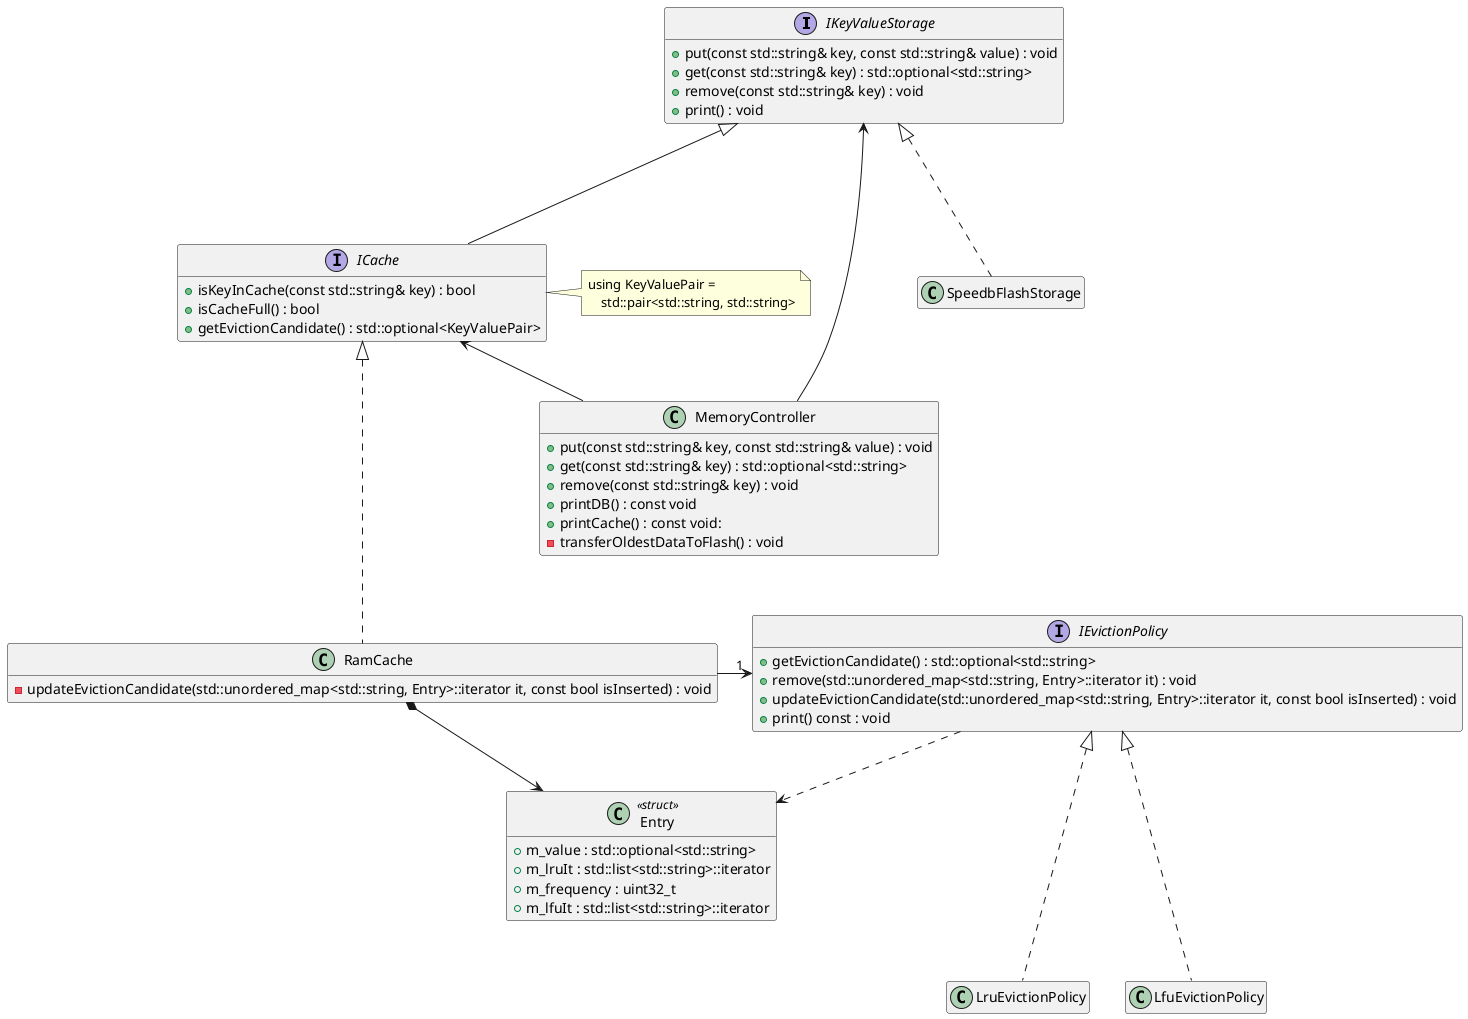
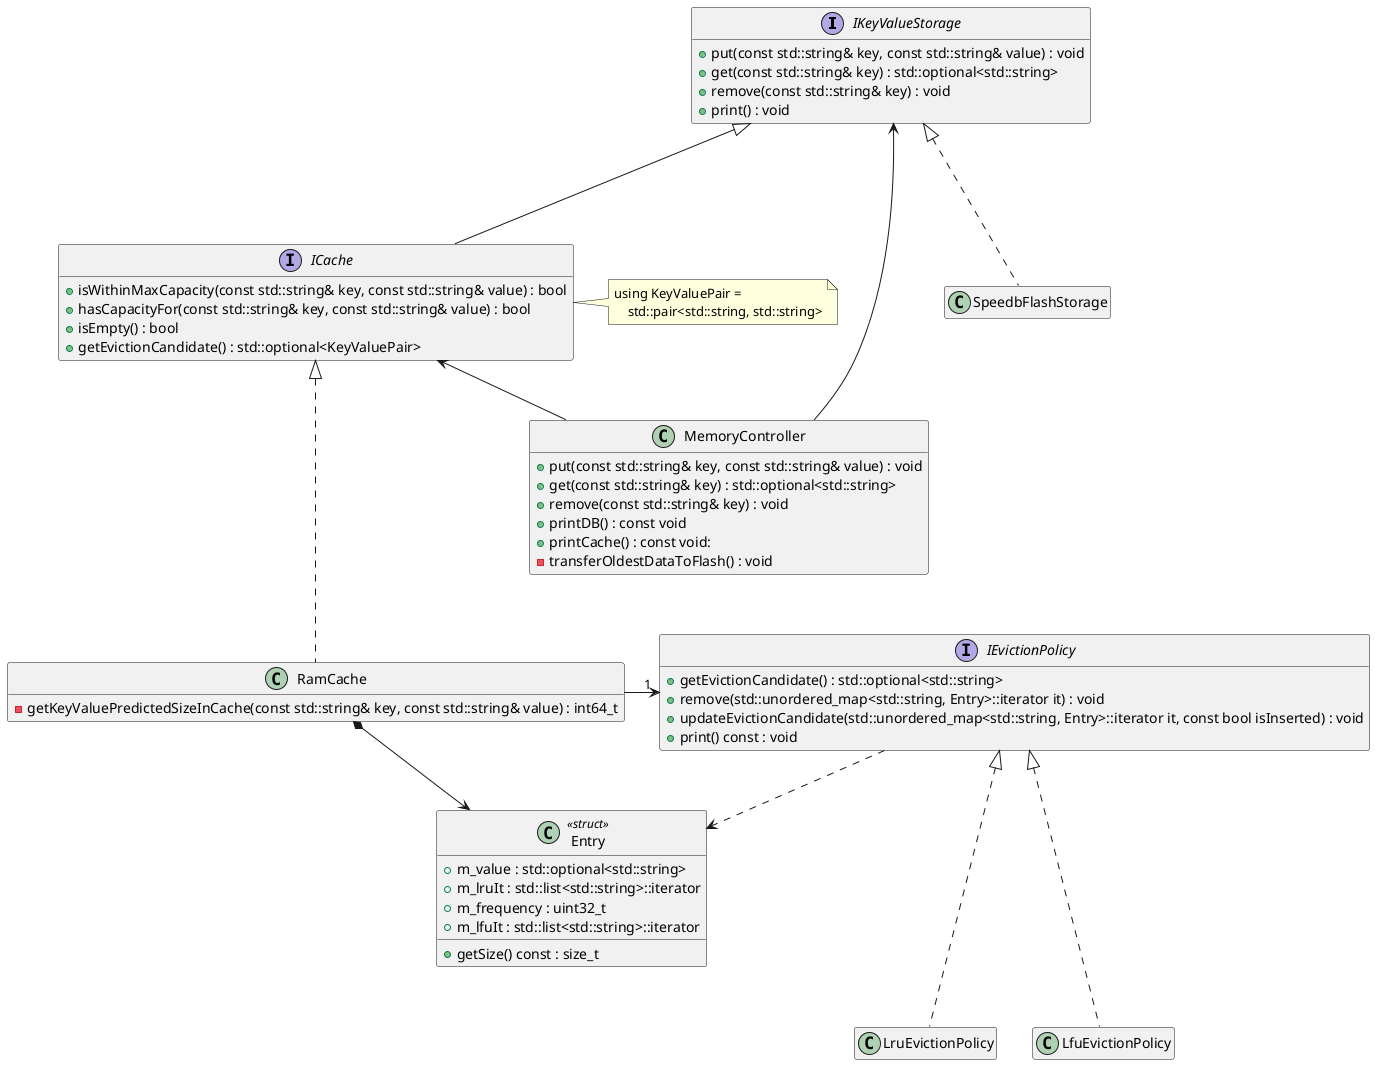
@startuml Redis POC
hide empty members

interface IKeyValueStorage {
    +put(const std::string& key, const std::string& value) : void
    +get(const std::string& key) : std::optional<std::string>
    +remove(const std::string& key) : void
    +print() : void
}

interface ICache {
-     +isKeyInCache(const std::string& key) : bool
-     +isCacheFull() : bool
+     +isWithinMaxCapacity(const std::string& key, const std::string& value) : bool
+     +hasCapacityFor(const std::string& key, const std::string& value) : bool
+     +isEmpty() : bool
    +getEvictionCandidate() : std::optional<KeyValuePair>
}

note right of ICache
using KeyValuePair =
    std::pair<std::string, std::string>
end note

class Entry <<struct>> {
+     +getSize() const : size_t
    +m_value : std::optional<std::string>
    +m_lruIt : std::list<std::string>::iterator
    +m_frequency : uint32_t
    +m_lfuIt : std::list<std::string>::iterator
}

class MemoryController {
    +put(const std::string& key, const std::string& value) : void
    +get(const std::string& key) : std::optional<std::string>
    +remove(const std::string& key) : void
    +printDB() : const void
    +printCache() : const void:
    -transferOldestDataToFlash() : void
}

class RamCache {
-     -updateEvictionCandidate(std::unordered_map<std::string, Entry>::iterator it, const bool isInserted) : void
+     -getKeyValuePredictedSizeInCache(const std::string& key, const std::string& value) : int64_t
}

class SpeedbFlashStorage {
}

interface IEvictionPolicy {
    +getEvictionCandidate() : std::optional<std::string>
    +remove(std::unordered_map<std::string, Entry>::iterator it) : void
    +updateEvictionCandidate(std::unordered_map<std::string, Entry>::iterator it, const bool isInserted) : void
    +print() const : void
}

class LruEvictionPolicy {
}

LruEvictionPolicy -u..|> IEvictionPolicy
LfuEvictionPolicy -u..|> IEvictionPolicy

MemoryController -u-> IKeyValueStorage
MemoryController -u-> ICache
ICache -u--|> IKeyValueStorage
SpeedbFlashStorage -u..|> IKeyValueStorage
RamCache -u..|> ICache
RamCache -r-> "1" IEvictionPolicy
RamCache *--> Entry

IEvictionPolicy .d.> Entry

@enduml